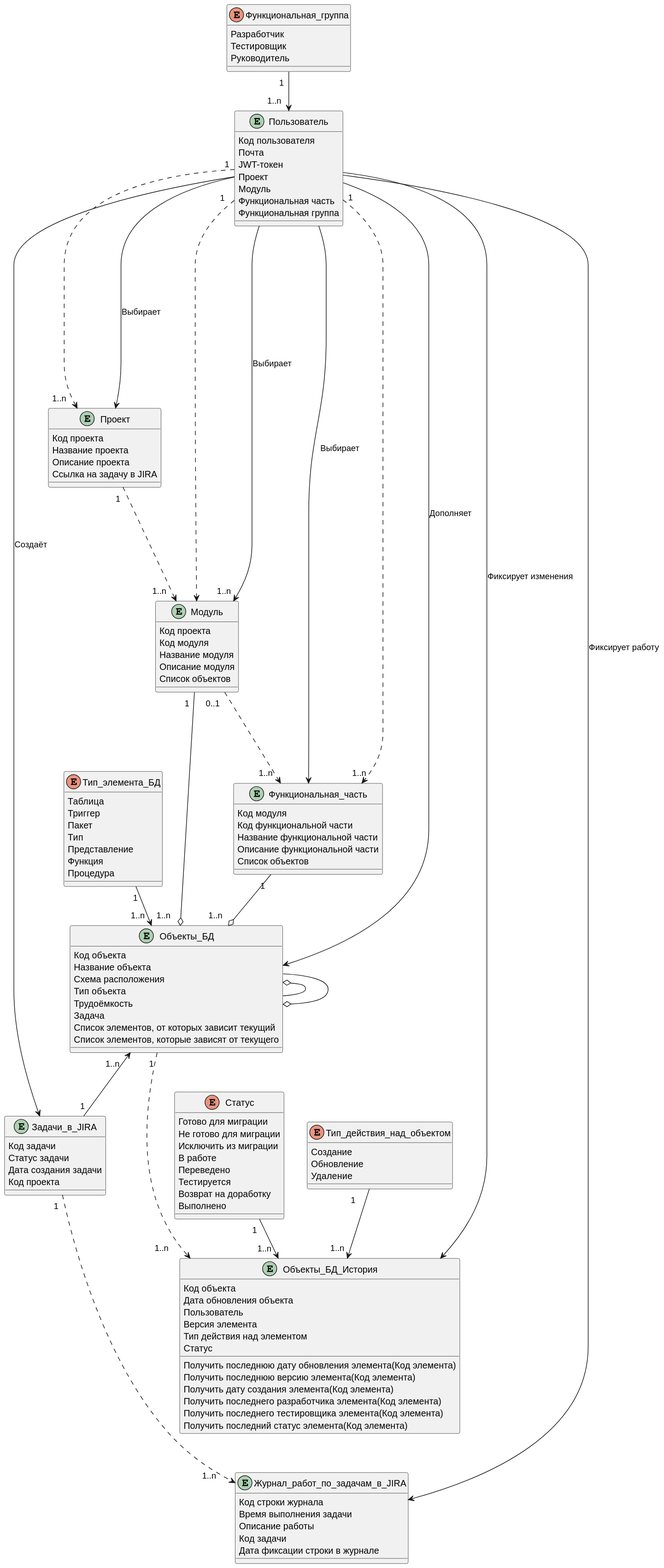
Earlier version of the PlantUML export diagrams/out/DDD.svg (bayurovsv/CalculatingMigrationStatistics-Docs). Its diagram source:
```plantuml
@startuml

Entity Проект{
Код проекта
Название проекта
Описание проекта
Ссылка на задачу в JIRA
}

Entity Модуль{
Код проекта
Код модуля
Название модуля
Описание модуля
Список объектов
}

Entity Функциональная_часть{
Код модуля
Код функциональной части
Название функциональной части
Описание функциональной части
Список объектов
}

Entity Задачи_в_JIRA{
Код задачи
Статус задачи
Дата создания задачи
Код проекта
}

Entity Журнал_работ_по_задачам_в_JIRA{
Код строки журнала
Время выполнения задачи
Описание работы
Код задачи
Дата фиксации строки в журнале
}

Entity Объекты_БД{
Код объекта
Название объекта
Схема расположения
Тип объекта
Трудоёмкость
Задача
Список элементов, от которых зависит текущий
Список элементов, которые зависят от текущего
}

Entity Объекты_БД_История{
Код объекта
Дата обновления объекта
Пользователь
Версия элемента
Тип действия над элементом
Статус
Получить последнюю дату обновления элемента(Код элемента)
Получить последнюю версию элемента(Код элемента)
Получить дату создания элемента(Код элемента)
Получить последнего разработчика элемента(Код элемента)
Получить последнего тестировщика элемента(Код элемента)
Получить последний статус элемента(Код элемента)
}

Entity Пользователь{
Код пользователя
Почта
JWT-токен
Проект
Модуль
Функциональная часть
Функциональная группа
}

enum Функциональная_группа {
Разработчик
Тестировщик
Руководитель
}

enum Статус {
Готово для миграции
Не готово для миграции
Исключить из миграции
В работе
Переведено
Тестируется
Возврат на доработку
Выполнено
}

enum Тип_элемента_БД {
Таблица
Триггер
Пакет
Тип
Представление
Функция
Процедура
}

enum Тип_действия_над_объектом{
Создание
Обновление
Удаление
}

Проект "1  " -.-> "1..n   " Модуль
Модуль "0..1   " -.-> "1..n  " Функциональная_часть
Модуль "1  " --o "1..n    " Объекты_БД
Функциональная_часть "1 " --o "1..n    " Объекты_БД
Тип_элемента_БД "1" --> "1..n  " Объекты_БД
Объекты_БД "1..n   " <-- "1 "  Задачи_в_JIRA
Статус "1  " --> "1..n  " Объекты_БД_История
Объекты_БД "1 " -.-> "1..n      " Объекты_БД_История
Тип_действия_над_объектом "1     " --> "1..n  " Объекты_БД_История
Объекты_БД o-- Объекты_БД
Объекты_БД --o Объекты_БД
Функциональная_группа "1  " --> "1..n   " Пользователь
Пользователь "1" --.--> "1..n   " Проект
Пользователь "1  " -.-> "        1..n" Модуль
Пользователь "1  " -.-> "        1..n" Функциональная_часть
Задачи_в_JIRA "1  " -.-> "1..n      " Журнал_работ_по_задачам_в_JIRA
Пользователь --> Модуль: Выбирает
Пользователь --> Функциональная_часть: Выбирает
Пользователь --> Проект: Выбирает
Пользователь --> Объекты_БД: Дополняет
Пользователь --> Объекты_БД_История: Фиксирует изменения
Пользователь --> Задачи_в_JIRA: Создаёт
Пользователь --> Журнал_работ_по_задачам_в_JIRA: Фиксирует работу
@enduml
```
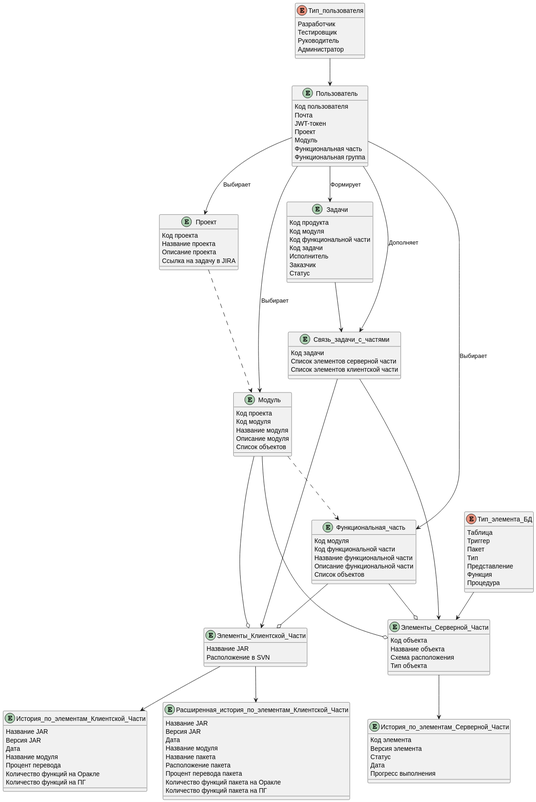
After the change.

Commit message:
Deployed b80045b with MkDocs version: 1.6.1

Diff of the diagram source:
```diff
@@ -23,45 +23,62 @@
 Список объектов
 }
 
-Entity Задачи_в_JIRA{
-Код задачи
-Статус задачи
-Дата создания задачи
-Код проекта
-}
-
-Entity Журнал_работ_по_задачам_в_JIRA{
-Код строки журнала
-Время выполнения задачи
-Описание работы
-Код задачи
-Дата фиксации строки в журнале
-}
-
-Entity Объекты_БД{
+Entity Элементы_Серверной_Части{
 Код объекта
 Название объекта
 Схема расположения
 Тип объекта
-Трудоёмкость
-Задача
-Список элементов, от которых зависит текущий
-Список элементов, которые зависят от текущего
 }
 
-Entity Объекты_БД_История{
-Код объекта
-Дата обновления объекта
-Пользователь
+Entity История_по_элементам_Серверной_Части{
+Код элемента
 Версия элемента
-Тип действия над элементом
 Статус
-Получить последнюю дату обновления элемента(Код элемента)
-Получить последнюю версию элемента(Код элемента)
-Получить дату создания элемента(Код элемента)
-Получить последнего разработчика элемента(Код элемента)
-Получить последнего тестировщика элемента(Код элемента)
-Получить последний статус элемента(Код элемента)
+Дата
+Прогресс выполнения
+}
+
+Entity История_по_элементам_Клиентской_Части{
+Название JAR
+Версия JAR
+Дата
+Название модуля
+Процент перевода
+Количество функций на Оракле
+Количество функций на ПГ
+}
+
+Entity Расширенная_история_по_элементам_Клиентской_Части{
+Название JAR
+Версия JAR
+Дата
+Название модуля
+Название пакета
+Расположение пакета
+Процент перевода пакета
+Количество функций пакета на Оракле
+Количество функций пакета на ПГ
+}
+
+Entity Задачи{
+Код продукта
+Код модуля
+Код функциональной части
+Код задачи
+Исполнитель
+Заказчик
+Статус
+}
+
+Entity Связь_задачи_с_частями{
+Код задачи
+Список элементов серверной части
+Список элементов клиентской части
+}
+
+Entity Элементы_Клиентской_Части{
+Название JAR
+Расположение в SVN
 }
 
 Entity Пользователь{
@@ -74,21 +91,11 @@
 Функциональная группа
 }
 
-enum Функциональная_группа {
+enum Тип_пользователя{
 Разработчик
 Тестировщик
 Руководитель
-}
-
-enum Статус {
-Готово для миграции
-Не готово для миграции
-Исключить из миграции
-В работе
-Переведено
-Тестируется
-Возврат на доработку
-Выполнено
+Администратор
 }
 
 enum Тип_элемента_БД {
@@ -101,33 +108,23 @@
 Процедура
 }
 
-enum Тип_действия_над_объектом{
-Создание
-Обновление
-Удаление
-}
-
-Проект "1  " -.-> "1..n   " Модуль
-Модуль "0..1   " -.-> "1..n  " Функциональная_часть
-Модуль "1  " --o "1..n    " Объекты_БД
-Функциональная_часть "1 " --o "1..n    " Объекты_БД
-Тип_элемента_БД "1" --> "1..n  " Объекты_БД
-Объекты_БД "1..n   " <-- "1 "  Задачи_в_JIRA
-Статус "1  " --> "1..n  " Объекты_БД_История
-Объекты_БД "1 " -.-> "1..n      " Объекты_БД_История
-Тип_действия_над_объектом "1     " --> "1..n  " Объекты_БД_История
-Объекты_БД o-- Объекты_БД
-Объекты_БД --o Объекты_БД
-Функциональная_группа "1  " --> "1..n   " Пользователь
-Пользователь "1" --.--> "1..n   " Проект
-Пользователь "1  " -.-> "        1..n" Модуль
-Пользователь "1  " -.-> "        1..n" Функциональная_часть
-Задачи_в_JIRA "1  " -.-> "1..n      " Журнал_работ_по_задачам_в_JIRA
+Проект -.-> Модуль
+Модуль -.-> Функциональная_часть
+Модуль --o Элементы_Серверной_Части
+Функциональная_часть  --o Элементы_Серверной_Части
+Тип_элемента_БД --> Элементы_Серверной_Части
+Модуль --o Элементы_Клиентской_Части
+Функциональная_часть --o Элементы_Клиентской_Части
+Элементы_Клиентской_Части --> История_по_элементам_Клиентской_Части
+Элементы_Клиентской_Части --> Расширенная_история_по_элементам_Клиентской_Части
+Элементы_Серверной_Части --> История_по_элементам_Серверной_Части
+Тип_пользователя --> Пользователь
+Пользователь --> Проект: Выбирает
 Пользователь --> Модуль: Выбирает
 Пользователь --> Функциональная_часть: Выбирает
-Пользователь --> Проект: Выбирает
-Пользователь --> Объекты_БД: Дополняет
-Пользователь --> Объекты_БД_История: Фиксирует изменения
-Пользователь --> Задачи_в_JIRA: Создаёт
-Пользователь --> Журнал_работ_по_задачам_в_JIRA: Фиксирует работу
+Пользователь --> Задачи: Формирует
+Пользователь --> Связь_задачи_с_частями: Дополняет
+Задачи --> Связь_задачи_с_частями
+Связь_задачи_с_частями --> Элементы_Серверной_Части
+Связь_задачи_с_частями --> Элементы_Клиентской_Части
 @enduml
```
